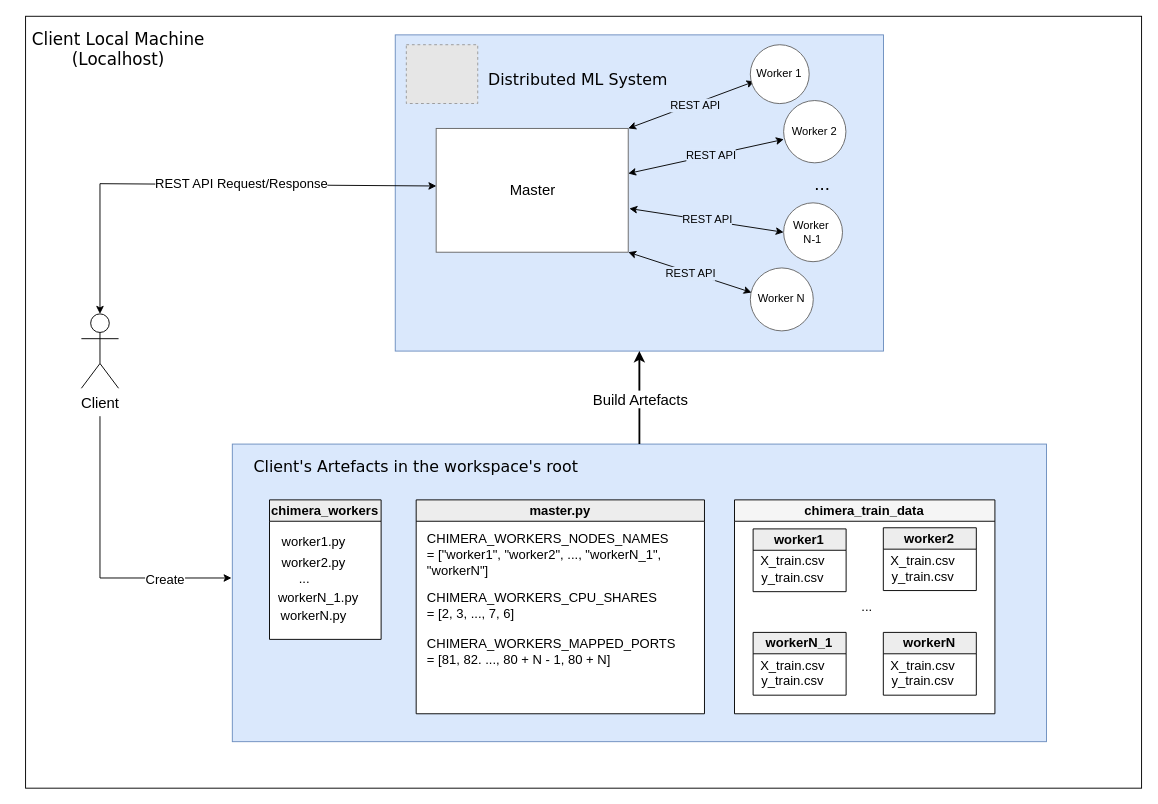
Before: images/client/client_interactions.drawio in Samirnunes/chimera, a draw.io diagram. Source tidied: cells renumbered, new cells numbered last; positions are measured from the earlier drawing's top-left corner, leaving out a move shared by most shapes. Both pictures are drawn from the tidied source at 93%, with x=0, y=0 at pixel (16, 16). Pictures stored in the file or linked from it are replaced by grey dashed boxes.
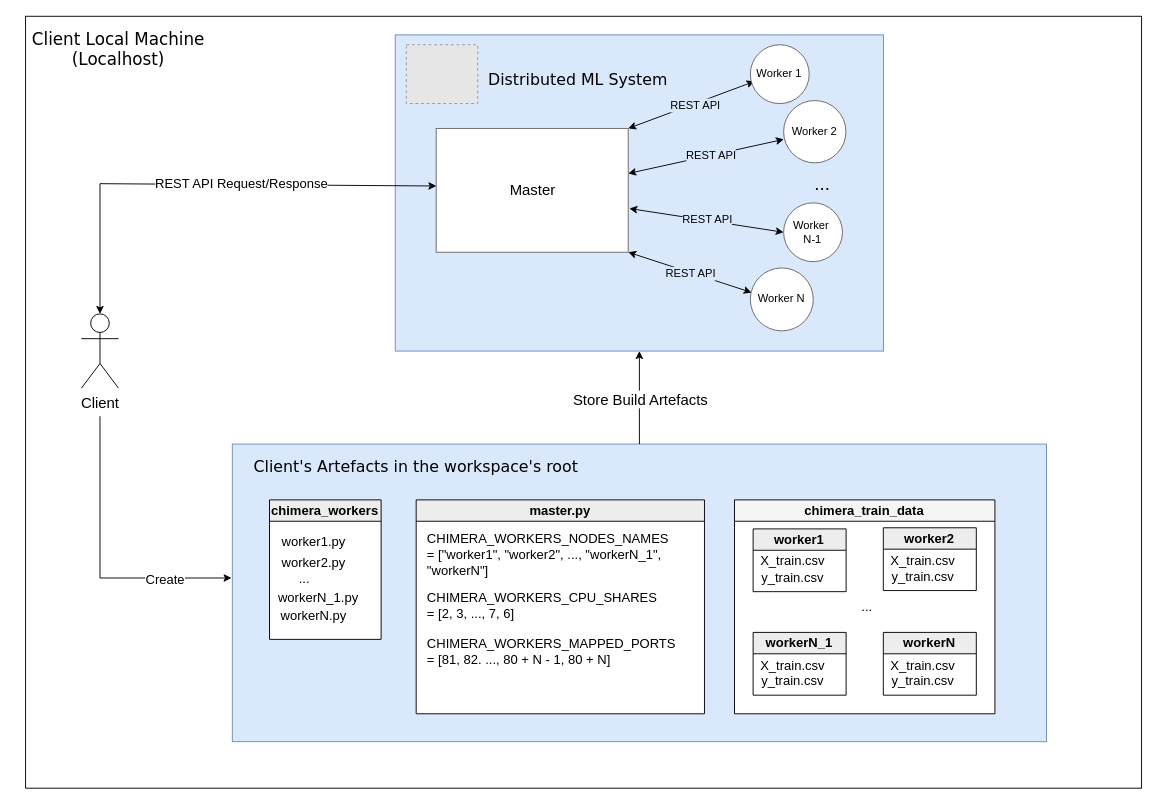
After the change.

Unchanged cells that the change refers to:
```xml
<mxCell id="3" style="rounded=0;whiteSpace=wrap;html=1;fillColor=#dae8fc;strokeColor=#6c8ebf;" parent="1" vertex="1">
  <mxGeometry x="232.3" y="460" width="875.5" height="320" as="geometry" />
</mxCell>
<mxCell id="8" style="rounded=0;whiteSpace=wrap;html=1;fillColor=#dae8fc;strokeColor=#6c8ebf;" parent="7" vertex="1">
  <mxGeometry width="525" height="340" as="geometry" />
</mxCell>
```

What changed in the source:
```diff
@@
-    <mxCell id="53" style="endArrow=classic;html=1;exitX=0.5;exitY=0;exitDx=0;exitDy=0;entryX=0.5;entryY=1;entryDx=0;entryDy=0;strokeWidth=2;" parent="1" edge="1" source="3" target="8">
+    <mxCell id="53" style="endArrow=classic;html=1;exitX=0.5;exitY=0;exitDx=0;exitDy=0;entryX=0.5;entryY=1;entryDx=0;entryDy=0;strokeWidth=1;" parent="1" edge="1" source="3" target="8">
       <mxGeometry relative="1" as="geometry" />
     </mxCell>
-    <mxCell id="54" value="&lt;font style=&quot;color: light-dark(rgb(0, 0, 0), rgb(237, 237, 237)); font-size: 16px;&quot;&gt;Build Artefacts&lt;/font&gt;" style="edgeLabel;html=1;align=center;verticalAlign=middle;fontSize=14;labelBackgroundColor=light-dark(#ffffff, #212121);" parent="53" vertex="1">
+    <mxCell id="54" value="&lt;font style=&quot;color: light-dark(rgb(0, 0, 0), rgb(237, 237, 237)); font-size: 16px;&quot;&gt;Store Build Artefacts&lt;/font&gt;" style="edgeLabel;html=1;align=center;verticalAlign=middle;fontSize=14;labelBackgroundColor=light-dark(#ffffff, #212121);" parent="53" vertex="1">
       <mxGeometry x="0.19" y="-1" relative="1" as="geometry">
         <mxPoint x="-1" y="12" as="offset" />
       </mxGeometry>
     </mxCell>
```
